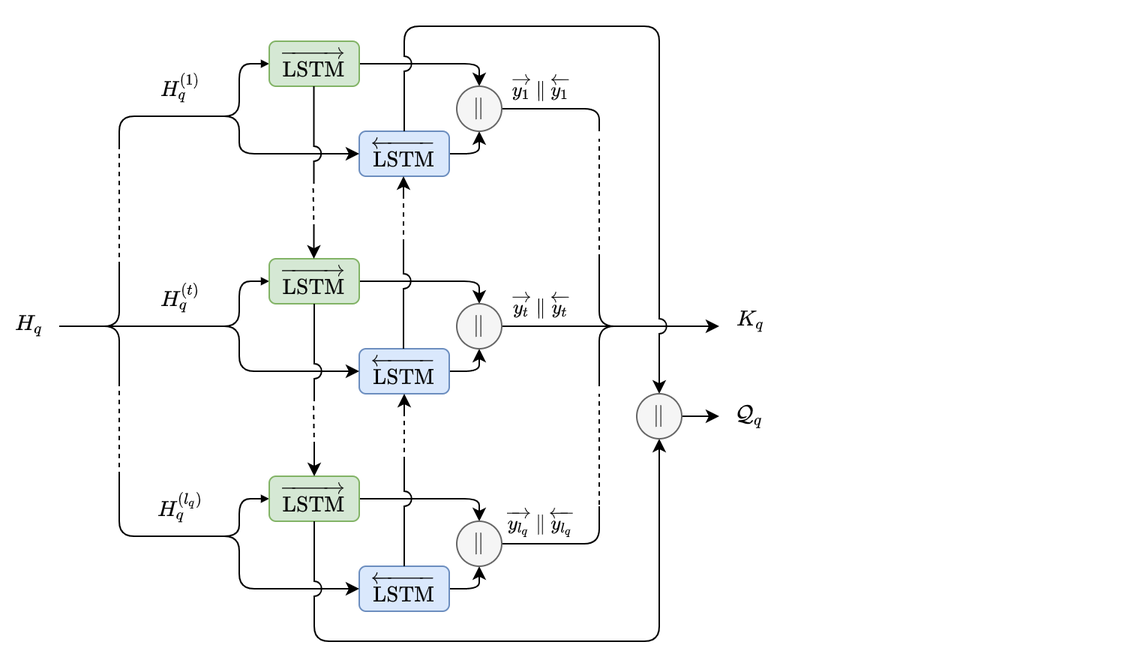
This is figures/bilstm.png from alexmirrington/honours-thesis, a draw.io export, as it was before one commit. Source tidied: cells renumbered, new cells last; positions are measured from the earlier drawing's top-left corner, leaving out a move shared by most shapes.
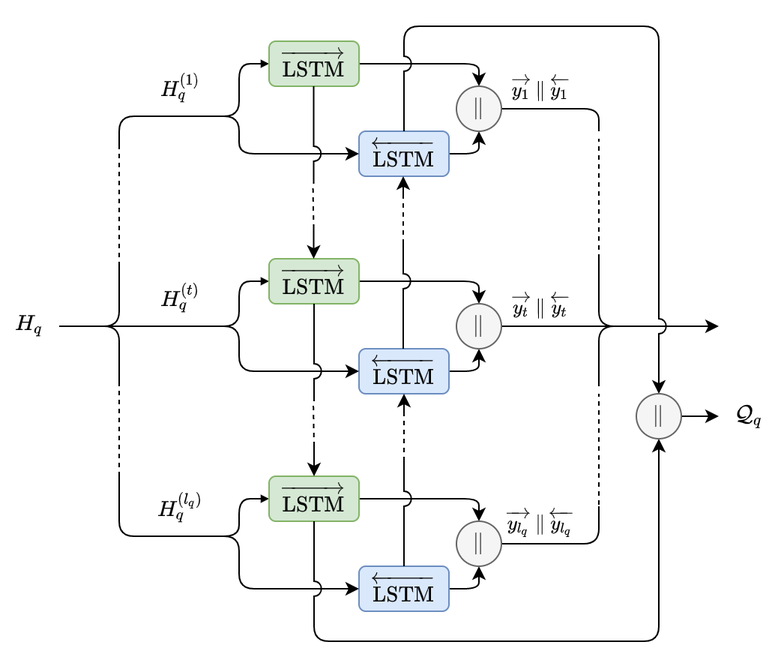
After the commit.

Diff of the diagram source:
```diff
@@ -253,9 +253,6 @@
         </Array>
       </mxGeometry>
     </mxCell>
-    <mxCell id="45" value="&lt;span style=&quot;color: rgb(0 , 0 , 0) ; font-family: &amp;#34;helvetica&amp;#34; ; font-size: 12px ; font-style: normal ; font-weight: 400 ; letter-spacing: normal ; text-align: right ; text-indent: 0px ; text-transform: none ; word-spacing: 0px ; background-color: rgb(248 , 249 , 250) ; display: inline ; float: none&quot;&gt;$$K_q$$&lt;/span&gt;" style="text;whiteSpace=wrap;html=1;" parent="1" vertex="1">
-      <mxGeometry x="450" y="170" width="250" height="30" as="geometry" />
-    </mxCell>
     <mxCell id="46" style="endArrow=classic;html=1;labelBackgroundColor=none;entryX=0.5;entryY=1;entryDx=0;entryDy=0;" parent="1" edge="1" target="18">
       <mxGeometry relative="1" as="geometry">
         <mxPoint x="230" y="260" as="sourcePoint" />
```
